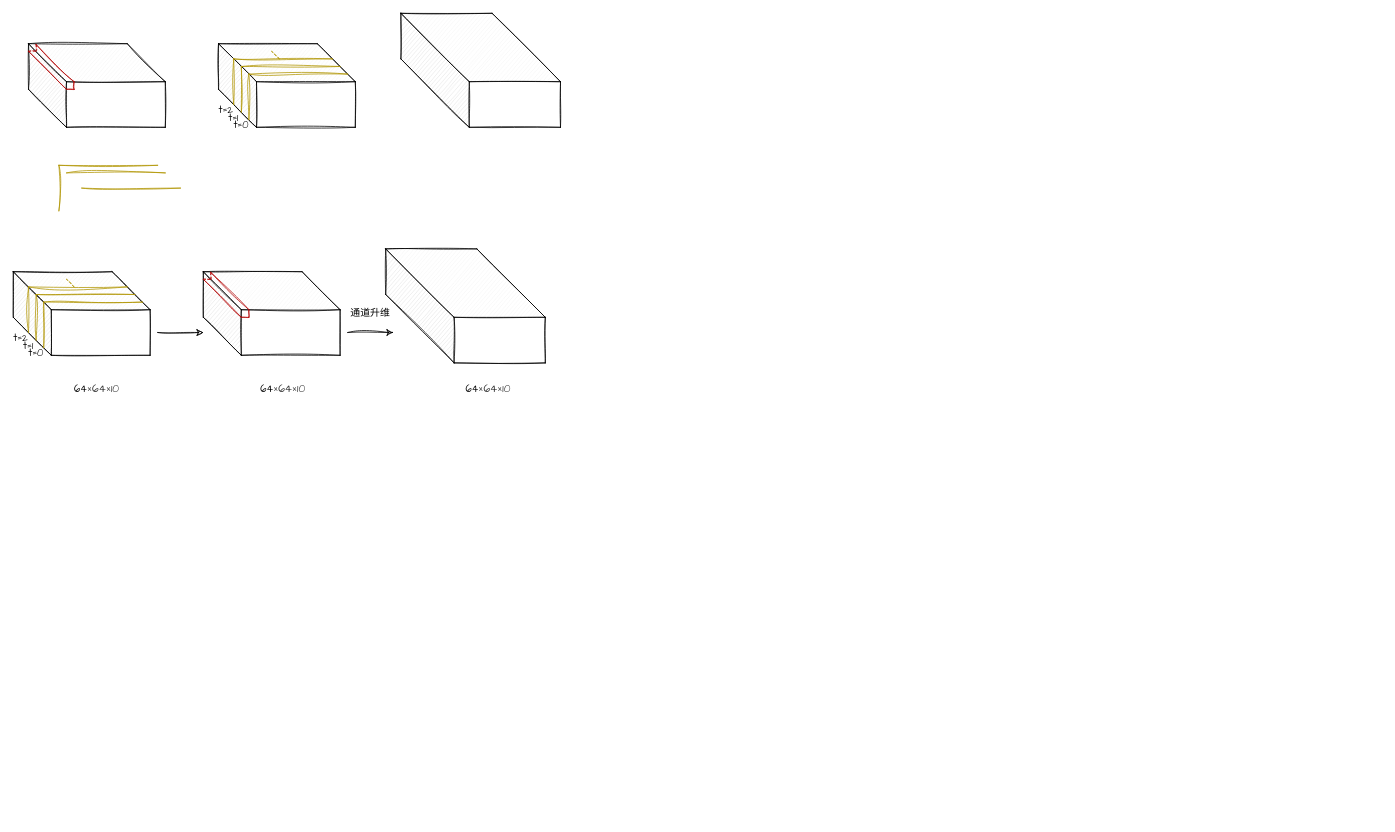
This is 2022.10.18.drawio from 5huanghuai/Diagram, a draw.io file, before an edit. Source tidied: cells renumbered, new cells numbered last; positions are measured from the earlier drawing's top-left corner, leaving out a move shared by most shapes. Both pictures are drawn from the tidied source at 76%, with x=0, y=0 at pixel (13, 13).
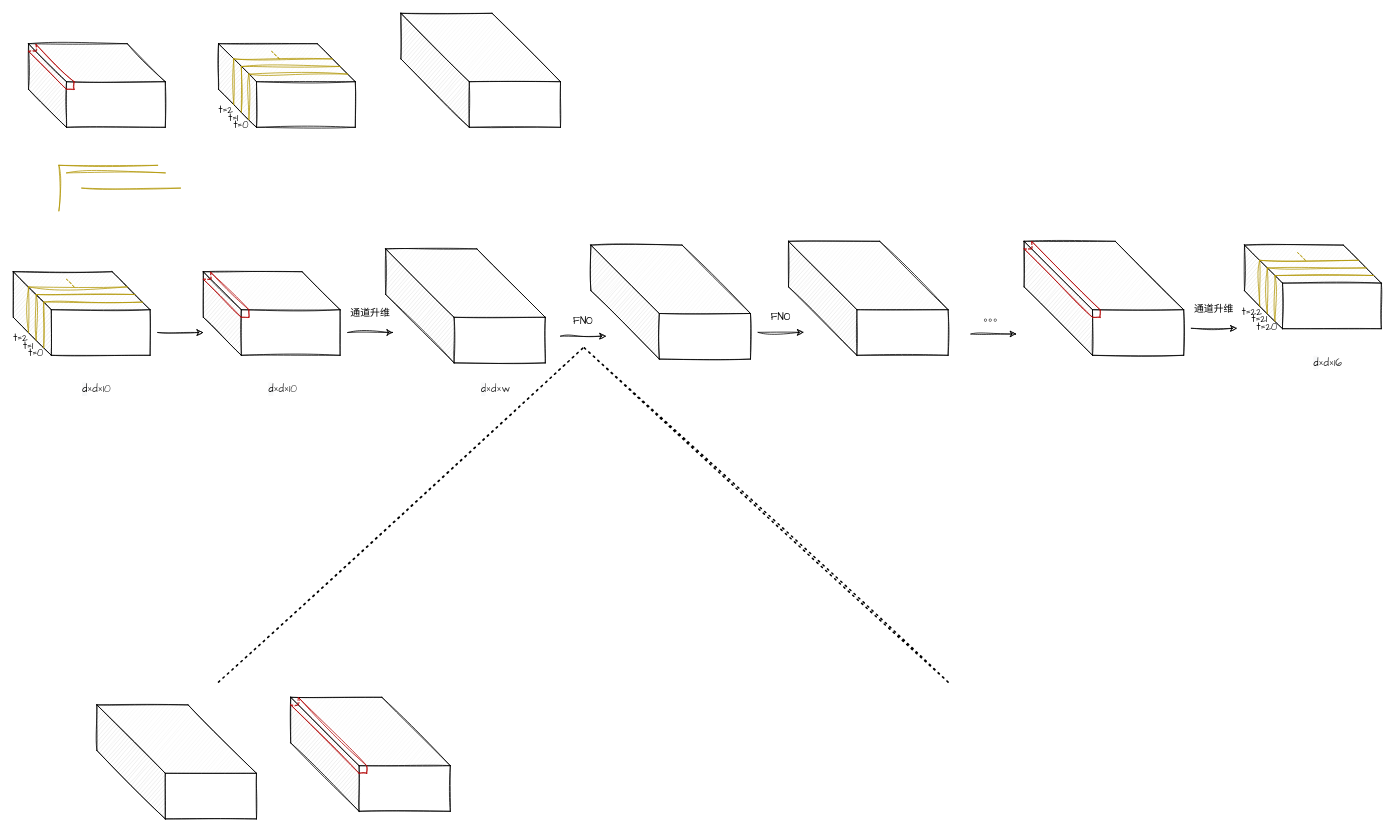
Above is the later version.

Change to the diagram source:
```diff
@@
-    <mxCell id="42" value="64&lt;span style=&quot;color: rgb(51, 51, 51); font-size: 14px; text-align: start; text-indent: 28px; background-color: rgb(255, 255, 255);&quot;&gt;×64&lt;/span&gt;&lt;span style=&quot;color: rgb(51, 51, 51); font-size: 14px; text-align: start; text-indent: 28px; background-color: rgb(255, 255, 255);&quot;&gt;×10&lt;/span&gt;" style="text;html=1;strokeColor=none;fillColor=none;align=center;verticalAlign=middle;whiteSpace=wrap;rounded=0;sketch=1;hachureGap=4;jiggle=2;fontFamily=Architects Daughter;fontSize=13;" parent="1" vertex="1">
+    <mxCell id="42" value="&lt;div style=&quot;text-align: center; text-indent: 0px;&quot;&gt;&lt;span style=&quot;text-align: start; text-indent: 28px; font-size: 13px; background-color: rgb(248, 249, 250);&quot;&gt;d&lt;/span&gt;&lt;span style=&quot;font-size: 14px; color: rgb(51, 51, 51); text-align: start; text-indent: 28px; background-color: rgb(255, 255, 255);&quot;&gt;×d&lt;/span&gt;&lt;span style=&quot;font-size: 14px; color: rgb(51, 51, 51); text-align: start; text-indent: 28px; background-color: rgb(255, 255, 255);&quot;&gt;×10&lt;/span&gt;&lt;/div&gt;" style="text;html=1;strokeColor=none;fillColor=none;align=center;verticalAlign=middle;whiteSpace=wrap;rounded=0;sketch=1;hachureGap=4;jiggle=2;fontFamily=Architects Daughter;fontSize=13;" parent="1" vertex="1">
       <mxGeometry x="75" y="480" width="70" height="30" as="geometry" />
     </mxCell>
@@
-    <mxCell id="45" value="64&lt;span style=&quot;color: rgb(51, 51, 51); font-size: 14px; text-align: start; text-indent: 28px; background-color: rgb(255, 255, 255);&quot;&gt;×64&lt;/span&gt;&lt;span style=&quot;color: rgb(51, 51, 51); font-size: 14px; text-align: start; text-indent: 28px; background-color: rgb(255, 255, 255);&quot;&gt;×10&lt;/span&gt;" style="text;html=1;strokeColor=none;fillColor=none;align=center;verticalAlign=middle;whiteSpace=wrap;rounded=0;sketch=1;hachureGap=4;jiggle=2;fontFamily=Architects Daughter;fontSize=13;" parent="1" vertex="1">
+    <mxCell id="45" value="&lt;div style=&quot;text-align: center; text-indent: 0px;&quot;&gt;&lt;span style=&quot;text-align: start; text-indent: 28px; font-size: 13px; background-color: rgb(248, 249, 250);&quot;&gt;d&lt;/span&gt;&lt;span style=&quot;font-size: 14px; color: rgb(51, 51, 51); text-align: start; text-indent: 28px; background-color: rgb(255, 255, 255);&quot;&gt;×d&lt;/span&gt;&lt;span style=&quot;font-size: 14px; color: rgb(51, 51, 51); text-align: start; text-indent: 28px; background-color: rgb(255, 255, 255);&quot;&gt;×10&lt;/span&gt;&lt;/div&gt;" style="text;html=1;strokeColor=none;fillColor=none;align=center;verticalAlign=middle;whiteSpace=wrap;rounded=0;sketch=1;hachureGap=4;jiggle=2;fontFamily=Architects Daughter;fontSize=13;" parent="1" vertex="1">
       <mxGeometry x="320" y="480" width="70" height="30" as="geometry" />
     </mxCell>
-    <mxCell id="46" value="64&lt;span style=&quot;color: rgb(51, 51, 51); font-size: 14px; text-align: start; text-indent: 28px; background-color: rgb(255, 255, 255);&quot;&gt;×64&lt;/span&gt;&lt;span style=&quot;color: rgb(51, 51, 51); font-size: 14px; text-align: start; text-indent: 28px; background-color: rgb(255, 255, 255);&quot;&gt;×10&lt;/span&gt;" style="text;html=1;strokeColor=none;fillColor=none;align=center;verticalAlign=middle;whiteSpace=wrap;rounded=0;sketch=1;hachureGap=4;jiggle=2;fontFamily=Architects Daughter;fontSize=13;" parent="1" vertex="1">
-      <mxGeometry x="590" y="480" width="70" height="30" as="geometry" />
+    <mxCell id="46" value="&lt;div style=&quot;text-align: center; text-indent: 0px;&quot;&gt;&lt;span style=&quot;text-align: start; text-indent: 28px; font-size: 13px; background-color: rgb(248, 249, 250);&quot;&gt;d&lt;/span&gt;&lt;span style=&quot;font-size: 14px; color: rgb(51, 51, 51); text-align: start; text-indent: 28px; background-color: rgb(255, 255, 255);&quot;&gt;×d&lt;/span&gt;&lt;span style=&quot;font-size: 14px; color: rgb(51, 51, 51); text-align: start; text-indent: 28px; background-color: rgb(255, 255, 255);&quot;&gt;×w&lt;/span&gt;&lt;/div&gt;" style="text;html=1;strokeColor=none;fillColor=none;align=center;verticalAlign=middle;whiteSpace=wrap;rounded=0;sketch=1;hachureGap=4;jiggle=2;fontFamily=Architects Daughter;fontSize=13;" parent="1" vertex="1">
+      <mxGeometry x="600" y="480" width="70" height="30" as="geometry" />
     </mxCell>
@@
+    <mxCell id="48" style="endArrow=classic;html=1;rounded=0;sketch=1;hachureGap=4;jiggle=2;fontFamily=Architects Daughter;fontSize=13;" parent="1" edge="1">
+      <mxGeometry relative="1" as="geometry">
+        <mxPoint x="720" y="424.8" as="sourcePoint" />
+        <mxPoint x="780" y="424.8" as="targetPoint" />
+      </mxGeometry>
+    </mxCell>
+    <mxCell id="49" value="FNO" style="text;html=1;strokeColor=none;fillColor=none;align=center;verticalAlign=middle;whiteSpace=wrap;rounded=0;sketch=1;hachureGap=4;jiggle=2;fontFamily=Architects Daughter;fontSize=13;" parent="1" vertex="1">
+      <mxGeometry x="720" y="390" width="60" height="30" as="geometry" />
+    </mxCell>
+    <mxCell id="50" style="shape=cube;whiteSpace=wrap;html=1;boundedLbl=1;backgroundOutline=1;darkOpacity=0.05;darkOpacity2=0.1;size=90;sketch=1;" parent="1" vertex="1">
+      <mxGeometry x="760" y="305" width="210" height="150" as="geometry" />
+    </mxCell>
+    <mxCell id="51" style="endArrow=classic;html=1;rounded=0;sketch=1;hachureGap=4;jiggle=2;fontFamily=Architects Daughter;fontSize=13;" parent="1" edge="1">
+      <mxGeometry relative="1" as="geometry">
+        <mxPoint x="980" y="419.8" as="sourcePoint" />
+        <mxPoint x="1040" y="419.8" as="targetPoint" />
+      </mxGeometry>
+    </mxCell>
+    <mxCell id="52" value="FNO" style="text;html=1;strokeColor=none;fillColor=none;align=center;verticalAlign=middle;whiteSpace=wrap;rounded=0;sketch=1;hachureGap=4;jiggle=2;fontFamily=Architects Daughter;fontSize=13;" parent="1" vertex="1">
+      <mxGeometry x="980" y="385" width="60" height="30" as="geometry" />
+    </mxCell>
+    <mxCell id="53" style="shape=cube;whiteSpace=wrap;html=1;boundedLbl=1;backgroundOutline=1;darkOpacity=0.05;darkOpacity2=0.1;size=90;sketch=1;" parent="1" vertex="1">
+      <mxGeometry x="1020" y="300" width="210" height="150" as="geometry" />
+    </mxCell>
+    <mxCell id="54" style="endArrow=classic;html=1;rounded=0;sketch=1;hachureGap=4;jiggle=2;fontFamily=Architects Daughter;fontSize=13;" parent="1" edge="1">
+      <mxGeometry relative="1" as="geometry">
+        <mxPoint x="1260" y="422" as="sourcePoint" />
+        <mxPoint x="1320" y="422" as="targetPoint" />
+      </mxGeometry>
+    </mxCell>
+    <mxCell id="55" value="。。。" style="text;html=1;strokeColor=none;fillColor=none;align=center;verticalAlign=middle;whiteSpace=wrap;rounded=0;sketch=1;hachureGap=4;jiggle=2;fontFamily=Architects Daughter;fontSize=13;" parent="1" vertex="1">
+      <mxGeometry x="1260" y="387.2" width="60" height="30" as="geometry" />
+    </mxCell>
+    <mxCell id="56" style="endArrow=classic;html=1;rounded=0;sketch=1;hachureGap=4;jiggle=2;fontFamily=Architects Daughter;fontSize=13;" parent="1" edge="1">
+      <mxGeometry relative="1" as="geometry">
+        <mxPoint x="1550" y="414.5" as="sourcePoint" />
+        <mxPoint x="1610" y="414.5" as="targetPoint" />
+      </mxGeometry>
+    </mxCell>
+    <mxCell id="57" style="shape=cube;whiteSpace=wrap;html=1;boundedLbl=1;backgroundOutline=1;darkOpacity=0.05;darkOpacity2=0.1;size=50;sketch=1;" parent="1" vertex="1">
+      <mxGeometry x="1620" y="305" width="180" height="110" as="geometry" />
+    </mxCell>
+    <mxCell id="58" style="endArrow=none;html=1;rounded=0;hachureGap=4;jiggle=2;fontFamily=Architects Daughter;fontSize=16;fillColor=#e3c800;strokeColor=#B09500;sketch=1;" parent="1" edge="1">
+      <mxGeometry relative="1" as="geometry">
+        <mxPoint x="1640" y="325" as="sourcePoint" />
+        <mxPoint x="1640" y="385" as="targetPoint" />
+      </mxGeometry>
+    </mxCell>
+    <mxCell id="59" style="endArrow=none;html=1;rounded=0;hachureGap=4;jiggle=2;fontFamily=Architects Daughter;fontSize=16;fillColor=#e3c800;strokeColor=#B09500;sketch=1;" parent="1" edge="1">
+      <mxGeometry relative="1" as="geometry">
+        <mxPoint x="1650" y="335" as="sourcePoint" />
+        <mxPoint x="1780" y="335" as="targetPoint" />
+      </mxGeometry>
+    </mxCell>
+    <mxCell id="60" style="endArrow=none;html=1;rounded=0;hachureGap=4;jiggle=2;fontFamily=Architects Daughter;fontSize=16;fillColor=#e3c800;strokeColor=#B09500;sketch=1;" parent="1" edge="1">
+      <mxGeometry relative="1" as="geometry">
+        <mxPoint x="1650" y="335" as="sourcePoint" />
+        <mxPoint x="1650" y="395" as="targetPoint" />
+      </mxGeometry>
+    </mxCell>
+    <mxCell id="61" style="endArrow=none;html=1;rounded=0;hachureGap=4;jiggle=2;fontFamily=Architects Daughter;fontSize=16;fillColor=#e3c800;strokeColor=#B09500;sketch=1;" parent="1" edge="1">
+      <mxGeometry relative="1" as="geometry">
+        <mxPoint x="1660" y="345" as="sourcePoint" />
+        <mxPoint x="1790" y="345" as="targetPoint" />
+      </mxGeometry>
+    </mxCell>
+    <mxCell id="62" style="endArrow=none;html=1;rounded=0;hachureGap=4;jiggle=2;fontFamily=Architects Daughter;fontSize=16;fillColor=#e3c800;strokeColor=#B09500;sketch=1;" parent="1" edge="1">
+      <mxGeometry relative="1" as="geometry">
+        <mxPoint x="1660" y="345" as="sourcePoint" />
+        <mxPoint x="1660" y="405" as="targetPoint" />
+      </mxGeometry>
+    </mxCell>
+    <mxCell id="63" style="endArrow=none;dashed=1;html=1;rounded=0;fillColor=#e3c800;strokeColor=#B09500;sketch=1;" parent="1" edge="1">
+      <mxGeometry relative="1" as="geometry">
+        <mxPoint x="1700" y="325" as="sourcePoint" />
+        <mxPoint x="1690" y="315" as="targetPoint" />
+      </mxGeometry>
+    </mxCell>
+    <mxCell id="64" style="endArrow=none;html=1;rounded=0;hachureGap=4;jiggle=2;fontFamily=Architects Daughter;fontSize=16;fillColor=#e3c800;strokeColor=#B09500;sketch=1;" parent="1" edge="1">
+      <mxGeometry relative="1" as="geometry">
+        <mxPoint x="1640" y="325" as="sourcePoint" />
+        <mxPoint x="1770" y="325" as="targetPoint" />
+      </mxGeometry>
+    </mxCell>
+    <mxCell id="65" value="&lt;font style=&quot;font-size: 13px;&quot;&gt;t=20&lt;/font&gt;" style="text;html=1;strokeColor=none;fillColor=none;align=center;verticalAlign=middle;whiteSpace=wrap;rounded=0;sketch=1;hachureGap=4;jiggle=2;fontFamily=Architects Daughter;fontSize=20;" parent="1" vertex="1">
+      <mxGeometry x="1640" y="405" width="20" height="10" as="geometry" />
+    </mxCell>
+    <mxCell id="66" value="&lt;font style=&quot;font-size: 13px;&quot;&gt;t=21&lt;/font&gt;" style="text;html=1;strokeColor=none;fillColor=none;align=center;verticalAlign=middle;whiteSpace=wrap;rounded=0;sketch=1;hachureGap=4;jiggle=2;fontFamily=Architects Daughter;fontSize=20;" parent="1" vertex="1">
+      <mxGeometry x="1630" y="395" width="20" height="10" as="geometry" />
+    </mxCell>
+    <mxCell id="67" value="&lt;font style=&quot;font-size: 13px;&quot;&gt;t=22&lt;/font&gt;" style="text;html=1;strokeColor=none;fillColor=none;align=center;verticalAlign=middle;whiteSpace=wrap;rounded=0;sketch=1;hachureGap=4;jiggle=2;fontFamily=Architects Daughter;fontSize=20;" parent="1" vertex="1">
+      <mxGeometry x="1620" y="385" width="20" height="10" as="geometry" />
+    </mxCell>
+    <mxCell id="68" value="&lt;div style=&quot;text-align: center; text-indent: 0px;&quot;&gt;&lt;span style=&quot;text-align: start; text-indent: 28px; font-size: 13px; background-color: rgb(248, 249, 250);&quot;&gt;d&lt;/span&gt;&lt;span style=&quot;font-size: 14px; color: rgb(51, 51, 51); text-align: start; text-indent: 28px; background-color: rgb(255, 255, 255);&quot;&gt;×d&lt;/span&gt;&lt;span style=&quot;font-size: 14px; color: rgb(51, 51, 51); text-align: start; text-indent: 28px; background-color: rgb(255, 255, 255);&quot;&gt;×16&lt;/span&gt;&lt;/div&gt;" style="text;html=1;strokeColor=none;fillColor=none;align=center;verticalAlign=middle;whiteSpace=wrap;rounded=0;sketch=1;hachureGap=4;jiggle=2;fontFamily=Architects Daughter;fontSize=13;" parent="1" vertex="1">
+      <mxGeometry x="1695" y="445" width="70" height="30" as="geometry" />
+    </mxCell>
+    <mxCell id="69" style="shape=cube;whiteSpace=wrap;html=1;boundedLbl=1;backgroundOutline=1;darkOpacity=0.05;darkOpacity2=0.1;size=90;sketch=1;" parent="1" vertex="1">
+      <mxGeometry x="1330" y="300" width="210" height="150" as="geometry" />
+    </mxCell>
+    <mxCell id="70" style="endArrow=none;html=1;rounded=0;hachureGap=4;jiggle=2;fontFamily=Architects Daughter;fontSize=16;entryX=0.054;entryY=0.007;entryDx=0;entryDy=0;entryPerimeter=0;fillColor=#e51400;strokeColor=#B20000;sketch=1;" parent="1" edge="1">
+      <mxGeometry relative="1" as="geometry">
+        <mxPoint x="1430" y="390" as="sourcePoint" />
+        <mxPoint x="1340" y="300" as="targetPoint" />
+      </mxGeometry>
+    </mxCell>
+    <mxCell id="71" style="endArrow=none;html=1;rounded=0;hachureGap=4;jiggle=2;fontFamily=Architects Daughter;fontSize=16;entryX=0.054;entryY=0.007;entryDx=0;entryDy=0;entryPerimeter=0;fillColor=#e51400;strokeColor=#B20000;sketch=1;" parent="1" edge="1">
+      <mxGeometry relative="1" as="geometry">
+        <mxPoint x="1420" y="400" as="sourcePoint" />
+        <mxPoint x="1330" y="310" as="targetPoint" />
+      </mxGeometry>
+    </mxCell>
+    <mxCell id="72" style="endArrow=none;html=1;rounded=0;hachureGap=4;jiggle=2;fontFamily=Architects Daughter;fontSize=16;fillColor=#e51400;strokeColor=#B20000;sketch=1;" parent="1" edge="1">
+      <mxGeometry relative="1" as="geometry">
+        <mxPoint x="1430" y="400" as="sourcePoint" />
+        <mxPoint x="1429.9" y="390" as="targetPoint" />
+      </mxGeometry>
+    </mxCell>
+    <mxCell id="73" style="endArrow=none;html=1;rounded=0;hachureGap=4;jiggle=2;fontFamily=Architects Daughter;fontSize=16;fillColor=#e51400;strokeColor=#B20000;sketch=1;" parent="1" edge="1">
+      <mxGeometry relative="1" as="geometry">
+        <mxPoint x="1430" y="400" as="sourcePoint" />
+        <mxPoint x="1419.9" y="400" as="targetPoint" />
+      </mxGeometry>
+    </mxCell>
+    <mxCell id="74" style="endArrow=none;dashed=1;html=1;rounded=0;hachureGap=4;jiggle=2;fontFamily=Architects Daughter;fontSize=16;fillColor=#e51400;strokeColor=#B20000;sketch=1;" parent="1" edge="1">
+      <mxGeometry relative="1" as="geometry">
+        <mxPoint x="1330" y="310" as="sourcePoint" />
+        <mxPoint x="1340" y="300" as="targetPoint" />
+        <Array as="points">
+          <mxPoint x="1340" y="310" />
+          <mxPoint x="1340" y="300" />
+        </Array>
+      </mxGeometry>
+    </mxCell>
+    <mxCell id="75" value="通道升维" style="text;html=1;strokeColor=none;fillColor=none;align=center;verticalAlign=middle;whiteSpace=wrap;rounded=0;sketch=1;hachureGap=4;jiggle=2;fontFamily=Architects Daughter;fontSize=13;" parent="1" vertex="1">
+      <mxGeometry x="1550" y="375" width="60" height="30" as="geometry" />
+    </mxCell>
+    <mxCell id="76" style="endArrow=none;dashed=1;html=1;dashPattern=1 3;strokeWidth=2;rounded=0;sketch=1;hachureGap=4;jiggle=2;fontFamily=Architects Daughter;fontSize=13;" parent="1" edge="1">
+      <mxGeometry relative="1" as="geometry">
+        <mxPoint x="270" y="880" as="sourcePoint" />
+        <mxPoint x="750" y="440" as="targetPoint" />
+      </mxGeometry>
+    </mxCell>
+    <mxCell id="77" style="endArrow=none;dashed=1;html=1;dashPattern=1 3;strokeWidth=2;rounded=0;sketch=1;hachureGap=4;jiggle=2;fontFamily=Architects Daughter;fontSize=13;" parent="1" edge="1">
+      <mxGeometry relative="1" as="geometry">
+        <mxPoint x="1230" y="880" as="sourcePoint" />
+        <mxPoint x="750" y="439" as="targetPoint" />
+      </mxGeometry>
+    </mxCell>
+    <mxCell id="78" style="shape=cube;whiteSpace=wrap;html=1;boundedLbl=1;backgroundOutline=1;darkOpacity=0.05;darkOpacity2=0.1;size=90;sketch=1;" parent="1" vertex="1">
+      <mxGeometry x="110" y="910" width="210" height="150" as="geometry" />
+    </mxCell>
+    <mxCell id="79" style="shape=cube;whiteSpace=wrap;html=1;boundedLbl=1;backgroundOutline=1;darkOpacity=0.05;darkOpacity2=0.1;size=90;sketch=1;" parent="1" vertex="1">
+      <mxGeometry x="365" y="900" width="210" height="150" as="geometry" />
+    </mxCell>
+    <mxCell id="80" style="endArrow=none;html=1;rounded=0;hachureGap=4;jiggle=2;fontFamily=Architects Daughter;fontSize=16;entryX=0.054;entryY=0.007;entryDx=0;entryDy=0;entryPerimeter=0;fillColor=#e51400;strokeColor=#B20000;sketch=1;" parent="1" edge="1">
+      <mxGeometry relative="1" as="geometry">
+        <mxPoint x="465" y="990" as="sourcePoint" />
+        <mxPoint x="375" y="900" as="targetPoint" />
+      </mxGeometry>
+    </mxCell>
+    <mxCell id="81" style="endArrow=none;html=1;rounded=0;hachureGap=4;jiggle=2;fontFamily=Architects Daughter;fontSize=16;entryX=0.054;entryY=0.007;entryDx=0;entryDy=0;entryPerimeter=0;fillColor=#e51400;strokeColor=#B20000;sketch=1;" parent="1" edge="1">
+      <mxGeometry relative="1" as="geometry">
+        <mxPoint x="455" y="1000" as="sourcePoint" />
+        <mxPoint x="365" y="910" as="targetPoint" />
+      </mxGeometry>
+    </mxCell>
+    <mxCell id="82" style="endArrow=none;html=1;rounded=0;hachureGap=4;jiggle=2;fontFamily=Architects Daughter;fontSize=16;fillColor=#e51400;strokeColor=#B20000;sketch=1;" parent="1" edge="1">
+      <mxGeometry relative="1" as="geometry">
+        <mxPoint x="465" y="1000" as="sourcePoint" />
+        <mxPoint x="464.9" y="990" as="targetPoint" />
+      </mxGeometry>
+    </mxCell>
+    <mxCell id="83" style="endArrow=none;html=1;rounded=0;hachureGap=4;jiggle=2;fontFamily=Architects Daughter;fontSize=16;fillColor=#e51400;strokeColor=#B20000;sketch=1;" parent="1" edge="1">
+      <mxGeometry relative="1" as="geometry">
+        <mxPoint x="465" y="1000" as="sourcePoint" />
+        <mxPoint x="454.9" y="1000" as="targetPoint" />
+      </mxGeometry>
+    </mxCell>
+    <mxCell id="84" style="endArrow=none;dashed=1;html=1;rounded=0;hachureGap=4;jiggle=2;fontFamily=Architects Daughter;fontSize=16;fillColor=#e51400;strokeColor=#B20000;sketch=1;" parent="1" edge="1">
+      <mxGeometry relative="1" as="geometry">
+        <mxPoint x="365" y="910" as="sourcePoint" />
+        <mxPoint x="375" y="900" as="targetPoint" />
+        <Array as="points">
+          <mxPoint x="375" y="910" />
+          <mxPoint x="375" y="900" />
+        </Array>
+      </mxGeometry>
+    </mxCell>
```
